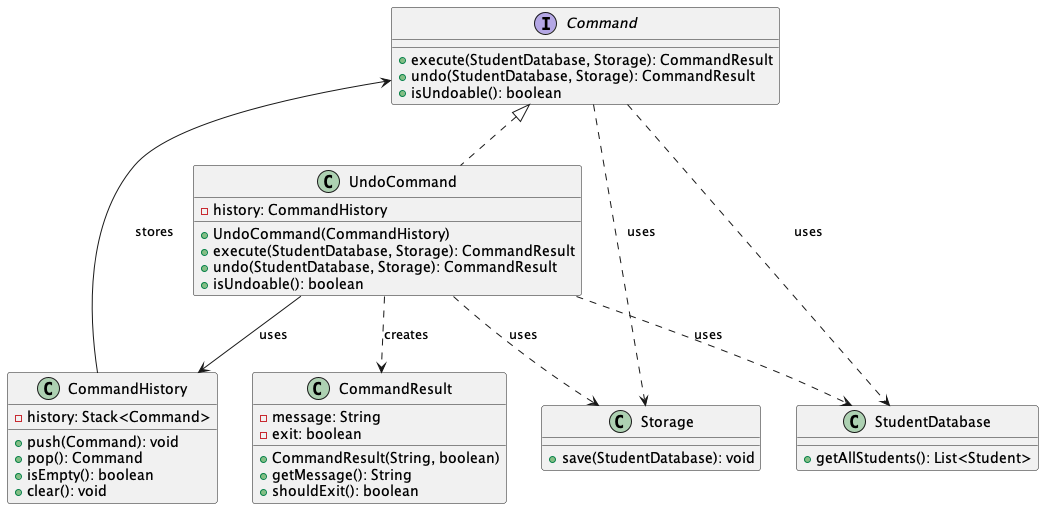
Earlier version of the PlantUML export docs/images/UndoCommandClassDiagram.png (AgaraNUS/tp). Source of this version:
```plantuml
@startuml UndoCommandClassDiagram

interface Command {
    +execute(StudentDatabase, Storage): CommandResult
    +undo(StudentDatabase, Storage): CommandResult
    +isUndoable(): boolean
}

class UndoCommand {
    -history: CommandHistory
    +UndoCommand(CommandHistory)
    +execute(StudentDatabase, Storage): CommandResult
    +undo(StudentDatabase, Storage): CommandResult
    +isUndoable(): boolean
}

class CommandHistory {
    -history: Stack<Command>
    +push(Command): void
    +pop(): Command
    +isEmpty(): boolean
    +clear(): void
}

class StudentDatabase {
    +getAllStudents(): List<Student>
}

class Storage {
    +save(StudentDatabase): void
}

class CommandResult {
    -message: String
    -exit: boolean
    +CommandResult(String, boolean)
    +getMessage(): String
    +shouldExit(): boolean
}

Command <|.. UndoCommand
UndoCommand --> CommandHistory : uses
UndoCommand ..> StudentDatabase : uses
UndoCommand ..> Storage : uses
UndoCommand ..> CommandResult : creates
CommandHistory --> Command : stores
Command ..> StudentDatabase : uses
Command ..> Storage : uses

@enduml
```
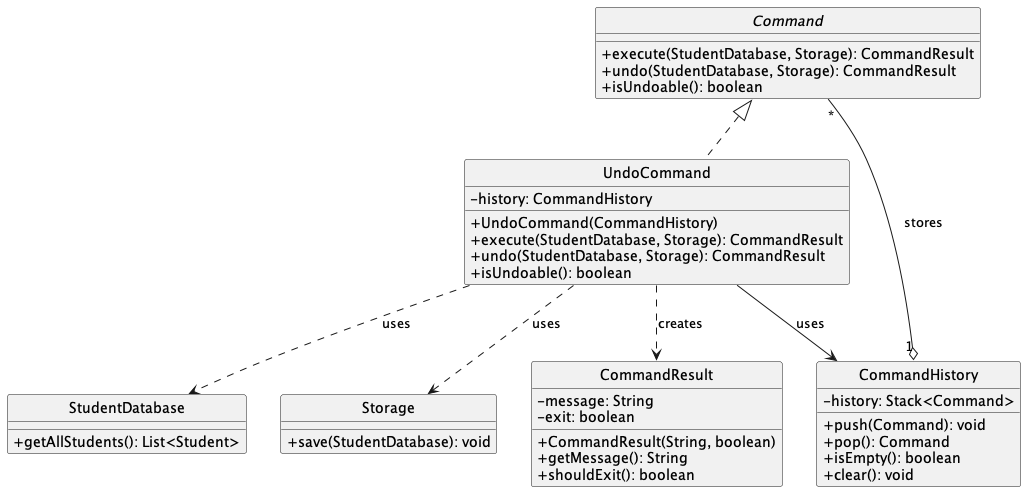
After the commit.

What changed in the source:
```diff
@@ -1,4 +1,6 @@
 @startuml UndoCommandClassDiagram
+skinparam classAttributeIconSize 0
+hide circle
 
 interface Command {
     +execute(StudentDatabase, Storage): CommandResult
@@ -43,8 +45,6 @@
 UndoCommand ..> StudentDatabase : uses
 UndoCommand ..> Storage : uses
 UndoCommand ..> CommandResult : creates
-CommandHistory --> Command : stores
-Command ..> StudentDatabase : uses
-Command ..> Storage : uses
+CommandHistory "1" o-- "*" Command : stores
 
 @enduml
```
